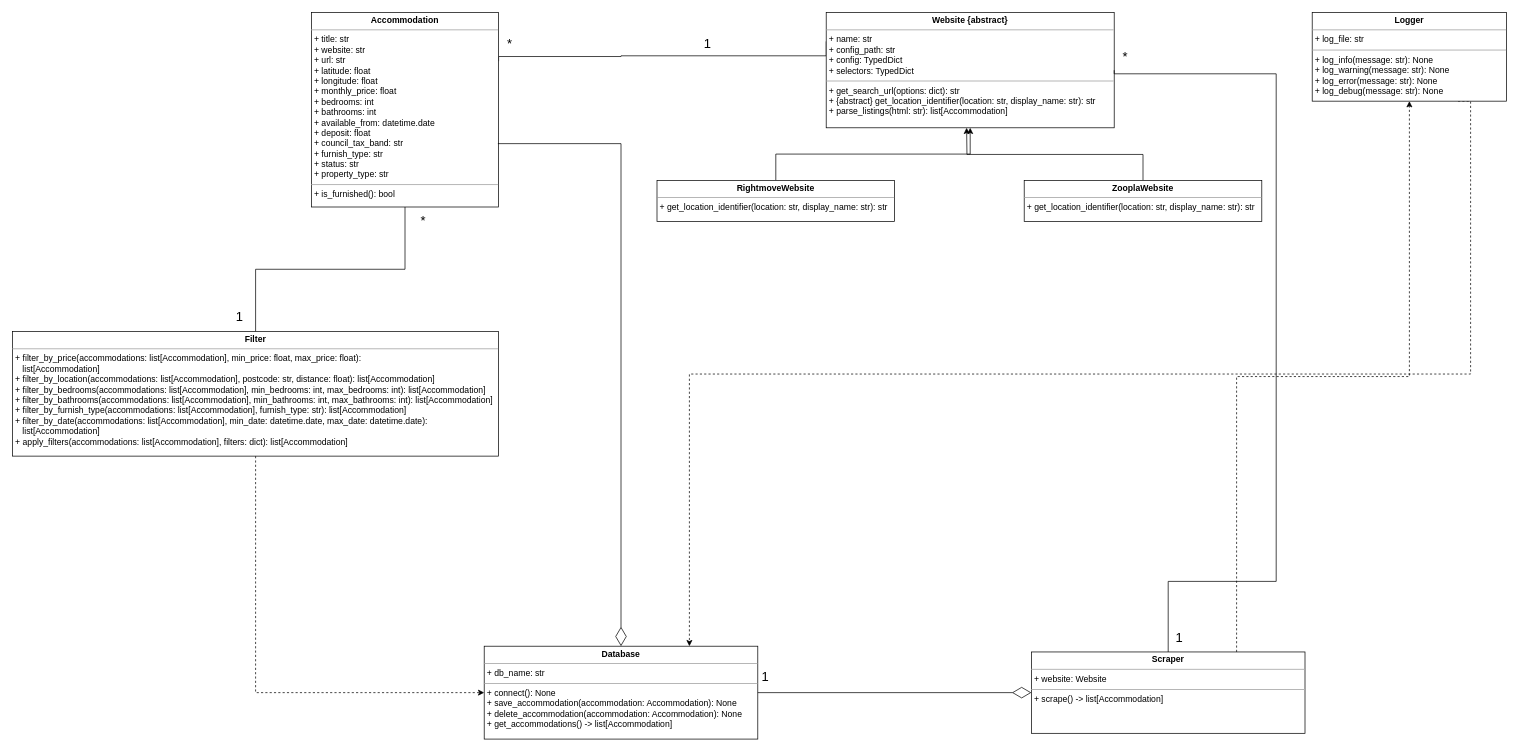
Before: UML Diagram.drawio in Adam-Calleja/rightmove_web_scraper, a draw.io diagram. Source tidied: cells renumbered, new cells numbered last; positions are measured from the earlier drawing's top-left corner, leaving out a move shared by most shapes. Both pictures are drawn from the tidied source at 72%, with x=0, y=0 at pixel (12, 12).
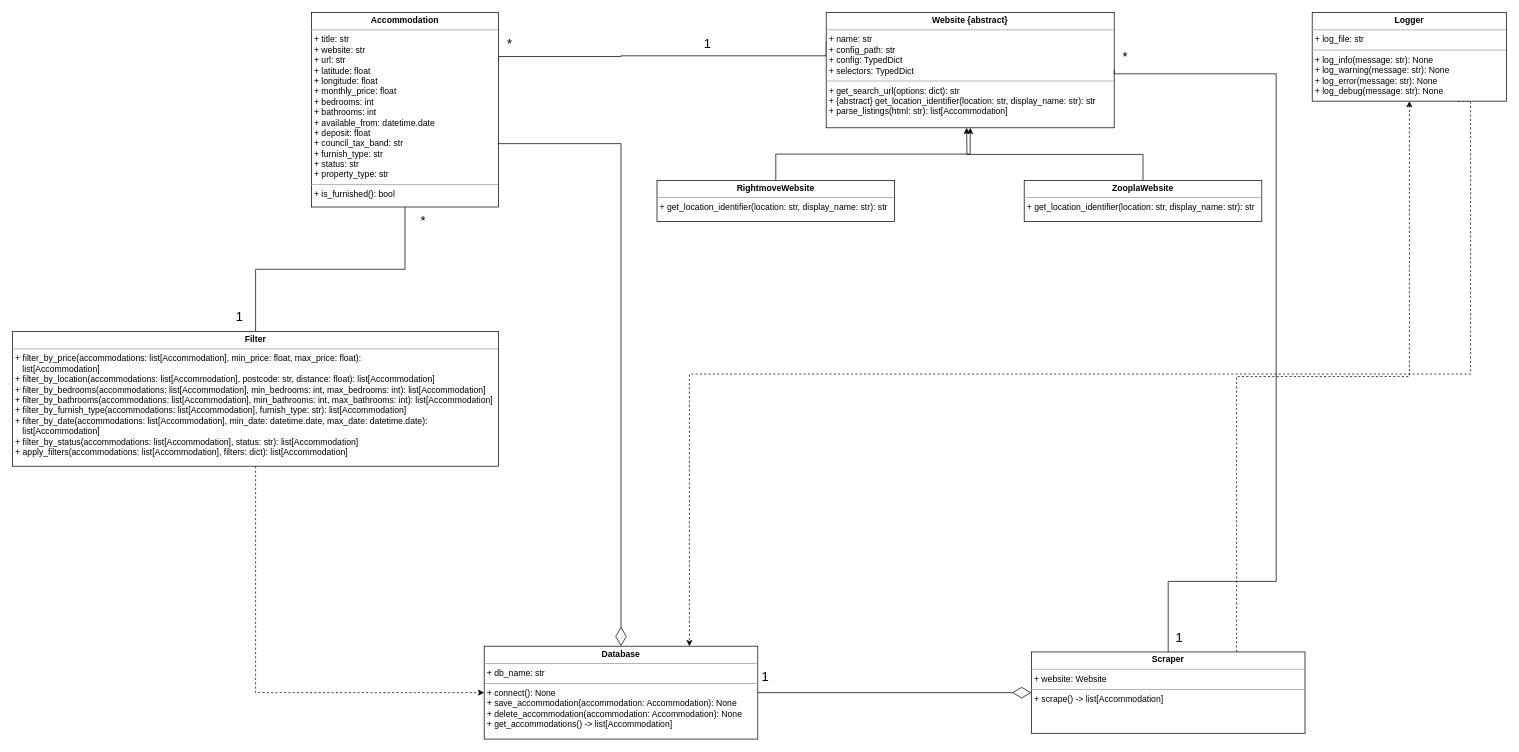
After the change.

Commit message:
Modify the design of the Filter class

Added the filter_by_status method to the Filter class. This method
will filter the Accommodation objects by their status attribute.

Diff of the diagram source:
```diff
@@
-    <mxCell id="9" value="&lt;p style=&quot;margin:0px;margin-top:4px;text-align:center;&quot;&gt;&lt;b&gt;Filter&lt;/b&gt;&lt;/p&gt;&lt;hr size=&quot;1&quot;&gt;&lt;p style=&quot;margin:0px;margin-left:4px;&quot;&gt;+ filter_by_price(accommodations: list[Accommodation], min_price: float, max_price: float):&lt;/p&gt;&lt;p style=&quot;margin:0px;margin-left:4px;&quot;&gt;&amp;nbsp; &amp;nbsp;list[Accommodation]&lt;/p&gt;&lt;p style=&quot;margin:0px;margin-left:4px;&quot;&gt;+ filter_by_location(accommodations: list[Accommodation], postcode: str, distance: float): list[Accommodation]&lt;/p&gt;&lt;p style=&quot;margin:0px;margin-left:4px;&quot;&gt;+ filter_by_bedrooms(accommodations: list[Accommodation], min_bedrooms: int, max_bedrooms: int): list[Accommodation]&lt;/p&gt;&lt;p style=&quot;margin:0px;margin-left:4px;&quot;&gt;+ filter_by_bathrooms(accommodations: list[Accommodation], min_bathrooms: int, max_bathrooms: int): list[Accommodation]&lt;/p&gt;&lt;p style=&quot;margin:0px;margin-left:4px;&quot;&gt;+&amp;nbsp;&lt;span style=&quot;background-color: transparent; color: light-dark(rgb(0, 0, 0), rgb(255, 255, 255));&quot;&gt;filter_by_furnish_type(accommodations: list[Accommodation], furnish_type: str): list[Accommodation]&lt;/span&gt;&lt;/p&gt;&lt;p style=&quot;margin:0px;margin-left:4px;&quot;&gt;&lt;span style=&quot;background-color: transparent; color: light-dark(rgb(0, 0, 0), rgb(255, 255, 255));&quot;&gt;+ filter_by_date&lt;/span&gt;&lt;span style=&quot;background-color: transparent; color: light-dark(rgb(0, 0, 0), rgb(255, 255, 255));&quot;&gt;(accommodations: list[Accommodation], min_date: datetime.date, max_date: datetime.date):&lt;/span&gt;&lt;/p&gt;&lt;p style=&quot;margin: 0px 0px 0px 4px;&quot;&gt;&amp;nbsp; &amp;nbsp;list[Accommodation]&lt;/p&gt;&lt;p style=&quot;margin: 0px 0px 0px 4px;&quot;&gt;+&amp;nbsp;&lt;span style=&quot;background-color: transparent; color: light-dark(rgb(0, 0, 0), rgb(255, 255, 255));&quot;&gt;apply_filters(accommodations: list[Accommodation], filters: dict): list[Accommodation]&lt;/span&gt;&lt;/p&gt;" style="verticalAlign=top;align=left;overflow=fill;fontSize=12;fontFamily=Helvetica;html=1;rounded=0;shadow=0;comic=0;labelBackgroundColor=none;strokeWidth=1;" parent="1" vertex="1">
-      <mxGeometry y="443" width="675" height="173" as="geometry" />
+    <mxCell id="9" value="&lt;p style=&quot;margin:0px;margin-top:4px;text-align:center;&quot;&gt;&lt;b&gt;Filter&lt;/b&gt;&lt;/p&gt;&lt;hr size=&quot;1&quot;&gt;&lt;p style=&quot;margin:0px;margin-left:4px;&quot;&gt;+ filter_by_price(accommodations: list[Accommodation], min_price: float, max_price: float):&lt;/p&gt;&lt;p style=&quot;margin:0px;margin-left:4px;&quot;&gt;&amp;nbsp; &amp;nbsp;list[Accommodation]&lt;/p&gt;&lt;p style=&quot;margin:0px;margin-left:4px;&quot;&gt;+ filter_by_location(accommodations: list[Accommodation], postcode: str, distance: float): list[Accommodation]&lt;/p&gt;&lt;p style=&quot;margin:0px;margin-left:4px;&quot;&gt;+ filter_by_bedrooms(accommodations: list[Accommodation], min_bedrooms: int, max_bedrooms: int): list[Accommodation]&lt;/p&gt;&lt;p style=&quot;margin:0px;margin-left:4px;&quot;&gt;+ filter_by_bathrooms(accommodations: list[Accommodation], min_bathrooms: int, max_bathrooms: int): list[Accommodation]&lt;/p&gt;&lt;p style=&quot;margin:0px;margin-left:4px;&quot;&gt;+&amp;nbsp;&lt;span style=&quot;background-color: transparent; color: light-dark(rgb(0, 0, 0), rgb(255, 255, 255));&quot;&gt;filter_by_furnish_type(accommodations: list[Accommodation], furnish_type: str): list[Accommodation]&lt;/span&gt;&lt;/p&gt;&lt;p style=&quot;margin:0px;margin-left:4px;&quot;&gt;&lt;span style=&quot;background-color: transparent; color: light-dark(rgb(0, 0, 0), rgb(255, 255, 255));&quot;&gt;+ filter_by_date&lt;/span&gt;&lt;span style=&quot;background-color: transparent; color: light-dark(rgb(0, 0, 0), rgb(255, 255, 255));&quot;&gt;(accommodations: list[Accommodation], min_date: datetime.date, max_date: datetime.date):&lt;/span&gt;&lt;/p&gt;&lt;p style=&quot;margin: 0px 0px 0px 4px;&quot;&gt;&amp;nbsp; &amp;nbsp;list[Accommodation]&lt;/p&gt;&lt;p style=&quot;margin: 0px 0px 0px 4px;&quot;&gt;+ filter_by_status(accommodations: list[Accommodation], status: str): list[Accommodation]&lt;/p&gt;&lt;p style=&quot;margin: 0px 0px 0px 4px;&quot;&gt;+&amp;nbsp;&lt;span style=&quot;background-color: transparent; color: light-dark(rgb(0, 0, 0), rgb(255, 255, 255));&quot;&gt;apply_filters(accommodations: list[Accommodation], filters: dict): list[Accommodation]&lt;/span&gt;&lt;/p&gt;" style="verticalAlign=top;align=left;overflow=fill;fontSize=12;fontFamily=Helvetica;html=1;rounded=0;shadow=0;comic=0;labelBackgroundColor=none;strokeWidth=1;" parent="1" vertex="1">
+      <mxGeometry y="443" width="675" height="187" as="geometry" />
     </mxCell>
```
